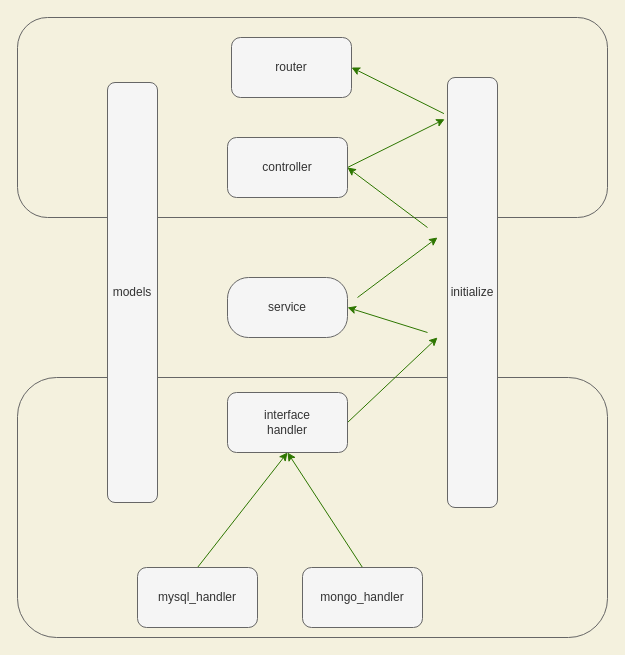
Earlier version of the draw.io diagram page "objs-struct" (2 of 2) of ml-mate.dio (GingerNg/trainmate). Source tidied: cells renumbered, new cells numbered last; positions are measured from the earlier drawing's top-left corner, leaving out a move shared by most shapes. Both pictures are drawn from the tidied source at 100%, with x=0, y=0 at pixel (17, 17).
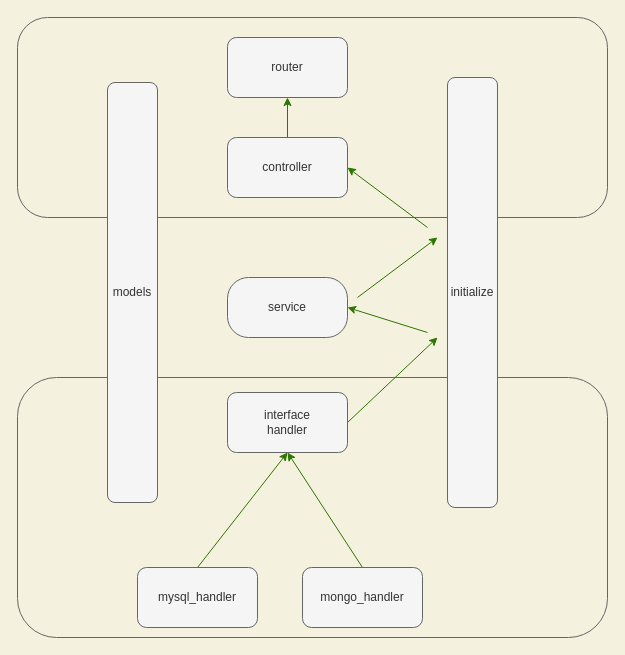
The same page after the edit.

The change refers to these unchanged cells:
```xml
<mxCell id="6" value="controller" style="whiteSpace=wrap;html=1;fontColor=#333333;strokeColor=#666666;fillColor=#f5f5f5;rounded=1;" parent="1" vertex="1">
  <mxGeometry x="210" y="120" width="120" height="60" as="geometry" />
</mxCell>
<mxCell id="9" value="initialize" style="whiteSpace=wrap;html=1;fontColor=#333333;strokeColor=#666666;fillColor=#f5f5f5;rounded=1;" parent="1" vertex="1">
  <mxGeometry x="430" y="60" width="50" height="430" as="geometry" />
</mxCell>
```

Change to the diagram source:
```diff
@@
     <mxCell id="4" value="router" style="whiteSpace=wrap;html=1;fontColor=#333333;strokeColor=#666666;fillColor=#f5f5f5;rounded=1;" parent="1" vertex="1">
-      <mxGeometry x="214" y="20" width="120" height="60" as="geometry" />
+      <mxGeometry x="210" y="20" width="120" height="60" as="geometry" />
     </mxCell>
-    <mxCell id="5" style="edgeStyle=none;html=1;exitX=1;exitY=0.5;exitDx=0;exitDy=0;entryX=-0.057;entryY=0.097;entryDx=0;entryDy=0;entryPerimeter=0;strokeColor=#2D7600;fillColor=#60a917;" parent="1" edge="1" source="6" target="9">
-      <mxGeometry relative="1" as="geometry" />
-    </mxCell>
+    <mxCell id="20" style="edgeStyle=none;html=1;exitX=0.5;exitY=0;exitDx=0;exitDy=0;entryX=0.5;entryY=1;entryDx=0;entryDy=0;fillColor=#60a917;strokeColor=#2D7600;" parent="1" edge="1" source="6" target="4">
+      <mxGeometry relative="1" as="geometry" />
+    </mxCell>
@@
-    <mxCell id="17" style="endArrow=classic;html=1;strokeColor=#2D7600;entryX=1;entryY=0.5;entryDx=0;entryDy=0;fillColor=#60a917;exitX=-0.071;exitY=0.084;exitDx=0;exitDy=0;exitPerimeter=0;" parent="1" edge="1" source="9" target="4">
-      <mxGeometry relative="1" as="geometry" />
-    </mxCell>
```
